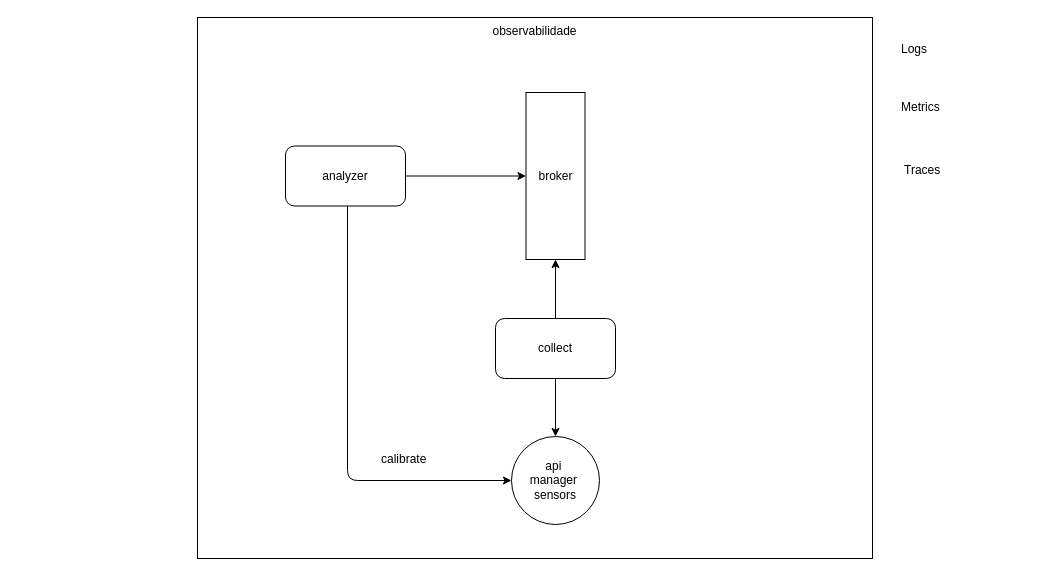
vldmatos/Aspire-Case keeps this draw.io diagram as observability.drawio. Above is the earlier version. Source tidied: cells renumbered, new cells numbered last; positions are measured from the earlier drawing's top-left corner, leaving out a move shared by most shapes. Both pictures are drawn from the tidied source at 100%, with x=0, y=0 at pixel (197, 17).
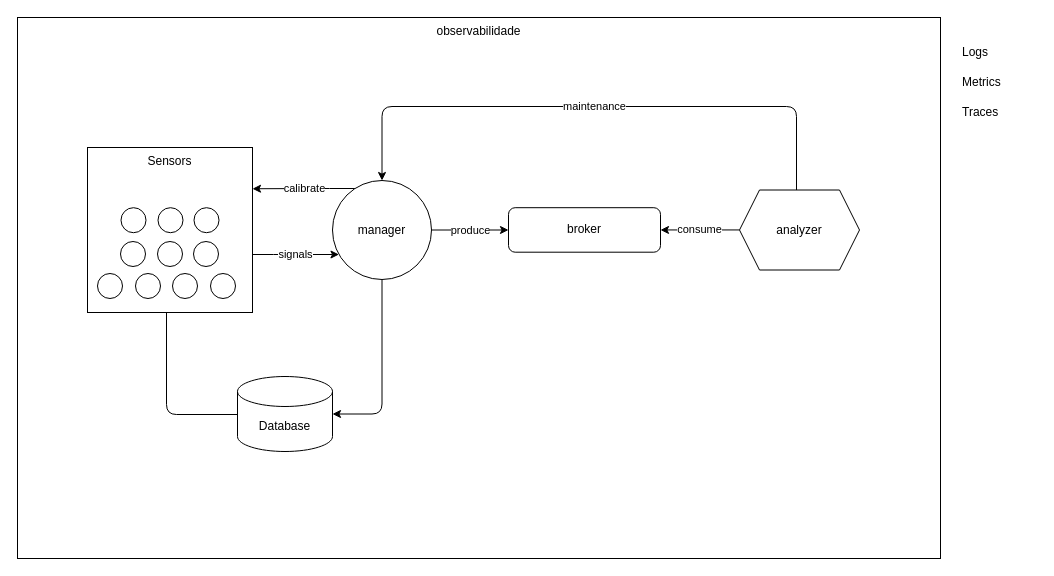
After the change.

Change to the diagram source:
```diff
@@
     <mxCell id="2" value="observabilidade" style="rounded=0;whiteSpace=wrap;html=1;verticalAlign=top;" parent="1" vertex="1">
-      <mxGeometry width="675" height="541" as="geometry" />
+      <mxGeometry x="-180" width="923" height="541" as="geometry" />
     </mxCell>
-    <mxCell id="3" style="edgeStyle=orthogonalEdgeStyle;html=1;" parent="1" edge="1" source="5" target="9">
-      <mxGeometry relative="1" as="geometry" />
-    </mxCell>
-    <mxCell id="4" style="edgeStyle=orthogonalEdgeStyle;html=1;" parent="1" edge="1" source="5" target="10">
-      <mxGeometry relative="1" as="geometry" />
-    </mxCell>
-    <mxCell id="5" value="collect" style="rounded=1;whiteSpace=wrap;html=1;" parent="1" vertex="1">
-      <mxGeometry x="298" y="301" width="120" height="60" as="geometry" />
-    </mxCell>
-    <mxCell id="6" style="edgeStyle=orthogonalEdgeStyle;html=1;" parent="1" edge="1" source="8" target="10">
-      <mxGeometry relative="1" as="geometry" />
-    </mxCell>
-    <mxCell id="7" style="edgeStyle=orthogonalEdgeStyle;html=1;entryX=0;entryY=0.5;entryDx=0;entryDy=0;" parent="1" edge="1" source="8" target="9">
-      <mxGeometry relative="1" as="geometry">
-        <Array as="points">
-          <mxPoint x="150" y="463" />
-        </Array>
-      </mxGeometry>
-    </mxCell>
-    <mxCell id="8" value="analyzer" style="rounded=1;whiteSpace=wrap;html=1;" parent="1" vertex="1">
-      <mxGeometry x="88" y="128.5" width="120" height="60" as="geometry" />
-    </mxCell>
-    <mxCell id="9" value="api&amp;nbsp;&lt;br&gt;manager&amp;nbsp;&lt;br&gt;sensors" style="ellipse;whiteSpace=wrap;html=1;" parent="1" vertex="1">
-      <mxGeometry x="314" y="419" width="88" height="88" as="geometry" />
-    </mxCell>
-    <mxCell id="10" value="broker" style="rounded=0;whiteSpace=wrap;html=1;" parent="1" vertex="1">
-      <mxGeometry x="328.5" y="75" width="59" height="167" as="geometry" />
-    </mxCell>
-    <mxCell id="11" value="calibrate" style="text;strokeColor=none;fillColor=none;align=left;verticalAlign=middle;spacingLeft=4;spacingRight=4;overflow=hidden;whiteSpace=wrap;html=1;" parent="1" vertex="1">
-      <mxGeometry x="178" y="427" width="80" height="30" as="geometry" />
-    </mxCell>
     <mxCell id="12" value="Logs" style="text;strokeColor=none;fillColor=none;align=left;verticalAlign=middle;spacingLeft=4;spacingRight=4;overflow=hidden;whiteSpace=wrap;html=1;" parent="1" vertex="1">
-      <mxGeometry x="698" y="17" width="80" height="30" as="geometry" />
+      <mxGeometry x="759" y="20" width="80" height="30" as="geometry" />
     </mxCell>
     <mxCell id="13" value="Metrics" style="text;strokeColor=none;fillColor=none;align=left;verticalAlign=middle;spacingLeft=4;spacingRight=4;overflow=hidden;whiteSpace=wrap;html=1;" parent="1" vertex="1">
-      <mxGeometry x="698" y="75" width="80" height="30" as="geometry" />
+      <mxGeometry x="759" y="50" width="80" height="30" as="geometry" />
     </mxCell>
     <mxCell id="14" value="Traces" style="text;strokeColor=none;fillColor=none;align=left;verticalAlign=middle;spacingLeft=4;spacingRight=4;overflow=hidden;whiteSpace=wrap;html=1;" parent="1" vertex="1">
-      <mxGeometry x="701" y="138" width="80" height="30" as="geometry" />
+      <mxGeometry x="759" y="80" width="80" height="30" as="geometry" />
     </mxCell>
+    <mxCell id="15" value="signals" style="edgeStyle=orthogonalEdgeStyle;html=1;" parent="1" edge="1" source="17" target="20">
+      <mxGeometry relative="1" as="geometry">
+        <Array as="points">
+          <mxPoint x="86" y="237" />
+          <mxPoint x="86" y="237" />
+        </Array>
+      </mxGeometry>
+    </mxCell>
+    <mxCell id="16" style="edgeStyle=orthogonalEdgeStyle;html=1;entryX=0;entryY=0.5;entryDx=0;entryDy=0;entryPerimeter=0;" parent="1" edge="1" source="17" target="21">
+      <mxGeometry relative="1" as="geometry">
+        <Array as="points">
+          <mxPoint x="-31" y="397" />
+          <mxPoint x="59" y="397" />
+        </Array>
+      </mxGeometry>
+    </mxCell>
+    <mxCell id="17" value="Sensors" style="whiteSpace=wrap;html=1;verticalAlign=top;" parent="1" vertex="1">
+      <mxGeometry x="-110" y="130" width="165" height="165" as="geometry" />
+    </mxCell>
+    <mxCell id="18" value="produce" style="edgeStyle=orthogonalEdgeStyle;html=1;" parent="1" edge="1" source="20" target="10">
+      <mxGeometry relative="1" as="geometry" />
+    </mxCell>
+    <mxCell id="19" style="edgeStyle=orthogonalEdgeStyle;html=1;entryX=1;entryY=0.5;entryDx=0;entryDy=0;entryPerimeter=0;" parent="1" edge="1" source="20" target="21">
+      <mxGeometry relative="1" as="geometry" />
+    </mxCell>
+    <mxCell id="11" value="calibrate" style="edgeStyle=orthogonalEdgeStyle;html=1;entryX=1;entryY=0.25;entryDx=0;entryDy=0;" parent="1" edge="1" source="20" target="17">
+      <mxGeometry relative="1" as="geometry">
+        <Array as="points">
+          <mxPoint x="122" y="171" />
+          <mxPoint x="122" y="171" />
+        </Array>
+      </mxGeometry>
+    </mxCell>
+    <mxCell id="20" value="manager" style="ellipse;whiteSpace=wrap;html=1;" parent="1" vertex="1">
+      <mxGeometry x="135" y="163" width="99" height="99" as="geometry" />
+    </mxCell>
+    <mxCell id="10" value="broker" style="rounded=1;whiteSpace=wrap;html=1;" parent="1" vertex="1">
+      <mxGeometry x="311" y="190.2" width="152" height="44.5" as="geometry" />
+    </mxCell>
+    <mxCell id="21" value="Database" style="shape=cylinder3;whiteSpace=wrap;html=1;boundedLbl=1;backgroundOutline=1;size=15;" parent="1" vertex="1">
+      <mxGeometry x="40" y="359" width="95" height="75" as="geometry" />
+    </mxCell>
+    <mxCell id="22" value="maintenance" style="edgeStyle=orthogonalEdgeStyle;html=1;entryX=0.5;entryY=0;entryDx=0;entryDy=0;" parent="1" edge="1" source="8" target="20">
+      <mxGeometry relative="1" as="geometry">
+        <Array as="points">
+          <mxPoint x="599" y="89" />
+          <mxPoint x="185" y="89" />
+        </Array>
+      </mxGeometry>
+    </mxCell>
+    <mxCell id="6" value="consume" style="edgeStyle=orthogonalEdgeStyle;html=1;entryX=1;entryY=0.5;entryDx=0;entryDy=0;" parent="1" edge="1" source="8" target="10">
+      <mxGeometry relative="1" as="geometry" />
+    </mxCell>
+    <mxCell id="8" value="analyzer" style="shape=hexagon;perimeter=hexagonPerimeter2;whiteSpace=wrap;html=1;fixedSize=1;" parent="1" vertex="1">
+      <mxGeometry x="542" y="172.5" width="120" height="80" as="geometry" />
+    </mxCell>
+    <mxCell id="23" style="ellipse;whiteSpace=wrap;html=1;" parent="1" vertex="1">
+      <mxGeometry x="-100" y="256" width="25" height="25" as="geometry" />
+    </mxCell>
+    <mxCell id="24" style="ellipse;whiteSpace=wrap;html=1;" parent="1" vertex="1">
+      <mxGeometry x="-62" y="256" width="25" height="25" as="geometry" />
+    </mxCell>
+    <mxCell id="25" style="ellipse;whiteSpace=wrap;html=1;" parent="1" vertex="1">
+      <mxGeometry x="-25" y="256" width="25" height="25" as="geometry" />
+    </mxCell>
+    <mxCell id="26" style="ellipse;whiteSpace=wrap;html=1;" parent="1" vertex="1">
+      <mxGeometry x="13" y="256" width="25" height="25" as="geometry" />
+    </mxCell>
+    <mxCell id="27" style="ellipse;whiteSpace=wrap;html=1;" parent="1" vertex="1">
+      <mxGeometry x="-77" y="224" width="25" height="25" as="geometry" />
+    </mxCell>
+    <mxCell id="28" style="ellipse;whiteSpace=wrap;html=1;" parent="1" vertex="1">
+      <mxGeometry x="-40" y="224" width="25" height="25" as="geometry" />
+    </mxCell>
+    <mxCell id="29" style="ellipse;whiteSpace=wrap;html=1;" parent="1" vertex="1">
+      <mxGeometry x="-4" y="224" width="25" height="25" as="geometry" />
+    </mxCell>
+    <mxCell id="30" style="ellipse;whiteSpace=wrap;html=1;" parent="1" vertex="1">
+      <mxGeometry x="-76.5" y="190.2" width="25" height="25" as="geometry" />
+    </mxCell>
+    <mxCell id="31" style="ellipse;whiteSpace=wrap;html=1;" parent="1" vertex="1">
+      <mxGeometry x="-39.5" y="190.2" width="25" height="25" as="geometry" />
+    </mxCell>
+    <mxCell id="32" style="ellipse;whiteSpace=wrap;html=1;" parent="1" vertex="1">
+      <mxGeometry x="-3.5" y="190.2" width="25" height="25" as="geometry" />
+    </mxCell>
```
